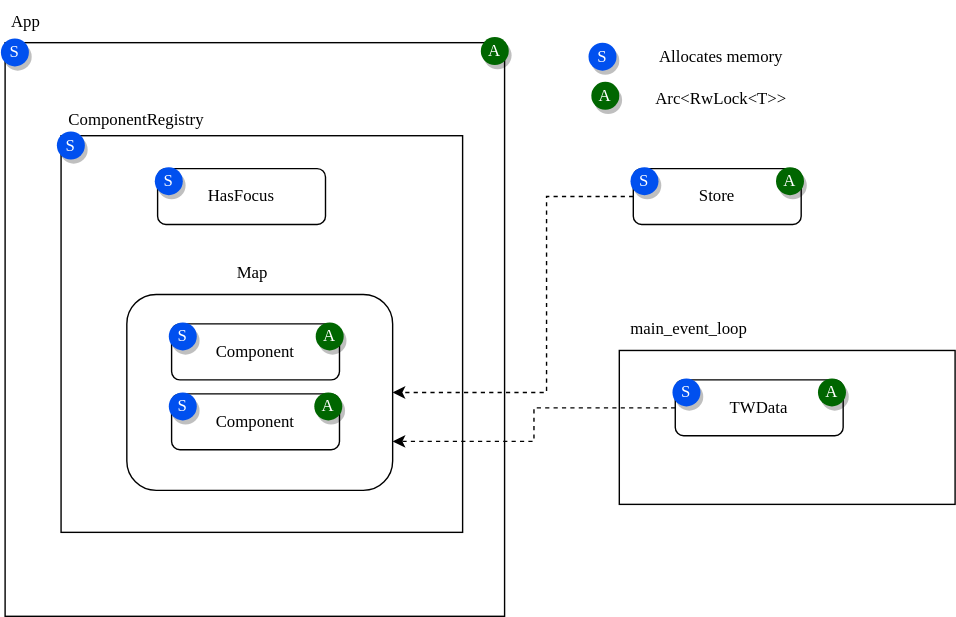
Above: docs/memory-architecture.svg in r3bl-org/r3bl-open-core (draw.io), before the change. Source tidied: cells renumbered, new cells last; positions are measured from the earlier drawing's top-left corner, leaving out a move shared by most shapes.
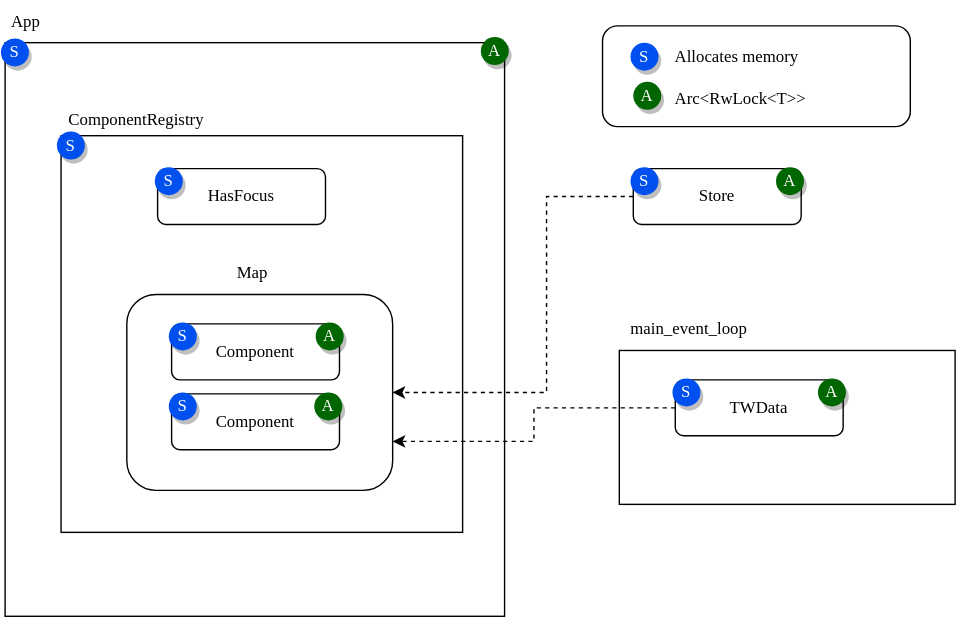
After the commit.

Commit message:
Add UserData to ComponentRegistry

Change to the diagram source:
```diff
@@ -2,6 +2,9 @@
   <root>
     <mxCell id="0" />
     <mxCell id="1" parent="0" />
+    <mxCell id="40" style="rounded=1;whiteSpace=wrap;html=1;" parent="1" vertex="1">
+      <mxGeometry x="430" y="18" width="220" height="72" as="geometry" />
+    </mxCell>
     <mxCell id="2" style="rounded=0;whiteSpace=wrap;html=1;fontFamily=Fira Code;fontSource=https%3A%2F%2Ffonts.googleapis.com%2Fcss%3Ffamily%3DFira%2BCode;" parent="1" vertex="1">
       <mxGeometry x="442" y="250" width="240" height="110" as="geometry" />
     </mxCell>
@@ -21,13 +24,13 @@
       <mxGeometry x="104" width="20" height="20" as="geometry" />
     </mxCell>
     <mxCell id="8" value="S" style="ellipse;whiteSpace=wrap;html=1;fillColor=#0050ef;fontColor=#ffffff;strokeColor=none;shadow=1;fontFamily=Fira Code;fontSource=https%3A%2F%2Ffonts.googleapis.com%2Fcss%3Ffamily%3DFira%2BCode;" parent="1" vertex="1">
-      <mxGeometry x="420" y="30" width="20" height="20" as="geometry" />
+      <mxGeometry x="450" y="30" width="20" height="20" as="geometry" />
     </mxCell>
-    <mxCell id="9" value="Allocates memory" style="text;html=1;strokeColor=none;fillColor=none;align=center;verticalAlign=middle;whiteSpace=wrap;rounded=0;fontFamily=Fira Code;fontSource=https%3A%2F%2Ffonts.googleapis.com%2Fcss%3Ffamily%3DFira%2BCode;" parent="1" vertex="1">
-      <mxGeometry x="450" y="25" width="130" height="30" as="geometry" />
+    <mxCell id="9" value="Allocates memory" style="text;html=1;strokeColor=none;fillColor=none;align=left;verticalAlign=middle;whiteSpace=wrap;rounded=0;fontFamily=Fira Code;fontSource=https%3A%2F%2Ffonts.googleapis.com%2Fcss%3Ffamily%3DFira%2BCode;" parent="1" vertex="1">
+      <mxGeometry x="480" y="25" width="130" height="30" as="geometry" />
     </mxCell>
-    <mxCell id="10" value="Arc&amp;lt;RwLock&amp;lt;T&amp;gt;&amp;gt;" style="text;html=1;strokeColor=none;fillColor=none;align=center;verticalAlign=middle;whiteSpace=wrap;rounded=0;fontFamily=Fira Code;fontSource=https%3A%2F%2Ffonts.googleapis.com%2Fcss%3Ffamily%3DFira%2BCode;" parent="1" vertex="1">
-      <mxGeometry x="450" y="55" width="130" height="30" as="geometry" />
+    <mxCell id="10" value="Arc&amp;lt;RwLock&amp;lt;T&amp;gt;&amp;gt;" style="text;html=1;strokeColor=none;fillColor=none;align=left;verticalAlign=middle;whiteSpace=wrap;rounded=0;fontFamily=Fira Code;fontSource=https%3A%2F%2Ffonts.googleapis.com%2Fcss%3Ffamily%3DFira%2BCode;" parent="1" vertex="1">
+      <mxGeometry x="480" y="55" width="130" height="30" as="geometry" />
     </mxCell>
     <mxCell id="11" style="rounded=0;whiteSpace=wrap;html=1;fontFamily=Fira Code;fontSource=https%3A%2F%2Ffonts.googleapis.com%2Fcss%3Ffamily%3DFira%2BCode;" parent="1" vertex="1">
       <mxGeometry x="3" y="30" width="357" height="410" as="geometry" />
@@ -96,7 +99,7 @@
       <mxGeometry width="20" height="20" as="geometry" />
     </mxCell>
     <mxCell id="33" value="A" style="ellipse;whiteSpace=wrap;html=1;fillColor=#006600;fontColor=#ffffff;strokeColor=none;shadow=1;fontFamily=Fira Code;fontSource=https%3A%2F%2Ffonts.googleapis.com%2Fcss%3Ffamily%3DFira%2BCode;" parent="1" vertex="1">
-      <mxGeometry x="422" y="58" width="20" height="20" as="geometry" />
+      <mxGeometry x="452" y="58" width="20" height="20" as="geometry" />
     </mxCell>
     <mxCell id="34" style="group;fontFamily=Fira Code;fontSource=https%3A%2F%2Ffonts.googleapis.com%2Fcss%3Ffamily%3DFira%2BCode;" parent="1" vertex="1">
       <mxGeometry x="450" y="119" width="124" height="41" as="geometry" />
```
